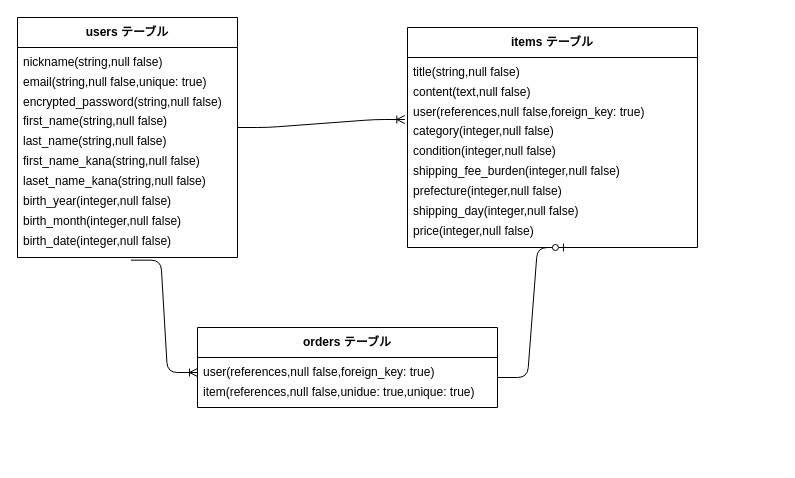
Above: db.dio in kazukingrad-jpg/furima-46707 (draw.io), before the change. Source tidied: cells renumbered, new cells numbered last; positions are measured from the earlier drawing's top-left corner, leaving out a move shared by most shapes. Both pictures are drawn from the tidied source at 100%, with x=0, y=0 at pixel (17, 17).
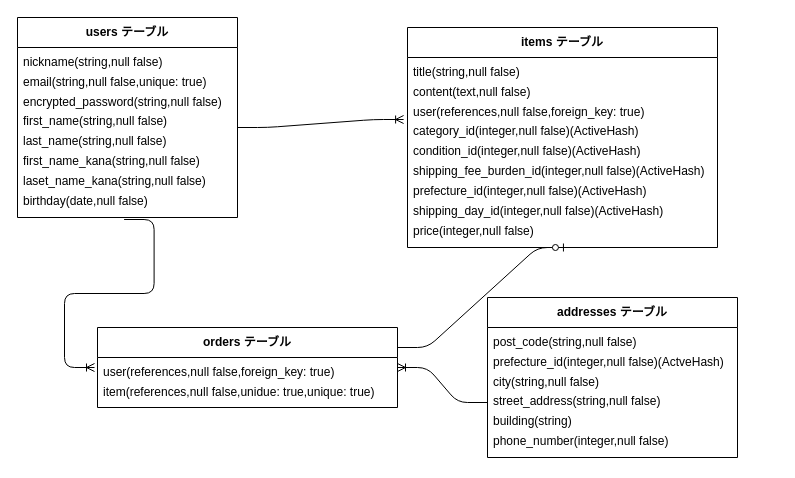
After the change.

Commit message (it also covers changes not shown here):
ER図、READMEの修正1回目

Unchanged cells that the change refers to:
```xml
<mxCell id="22" value="price(integer,null false)" style="text;strokeColor=none;fillColor=none;spacingLeft=4;spacingRight=4;overflow=hidden;points=[[0,0.5],[1,0.5]];portConstraint=eastwest;fontSize=12;whiteSpace=wrap;html=1;" parent="13" vertex="1">
  <mxGeometry y="190" width="220" height="30" as="geometry" />
</mxCell>
<mxCell id="24" value="user(references,null false,foreign_key: true)" style="text;strokeColor=none;fillColor=none;align=left;verticalAlign=middle;spacingLeft=4;spacingRight=4;overflow=hidden;points=[[0,0.5],[1,0.5]];portConstraint=eastwest;whiteSpace=wrap;html=1;" parent="23" vertex="1">
  <mxGeometry y="30" width="290" height="30" as="geometry" />
</mxCell>
```

Change to the diagram source:
```diff
@@
     <mxCell id="2" value="users テーブル" style="swimlane;whiteSpace=wrap;html=1;startSize=30;" parent="1" vertex="1">
-      <mxGeometry width="220" height="240" as="geometry" />
+      <mxGeometry width="220" height="200" as="geometry" />
     </mxCell>
@@
-    <mxCell id="10" value="birth_year(integer,null false)" style="text;strokeColor=none;fillColor=none;spacingLeft=4;spacingRight=4;overflow=hidden;points=[[0,0.5],[1,0.5]];portConstraint=eastwest;fontSize=12;whiteSpace=wrap;html=1;" parent="2" vertex="1">
+    <mxCell id="10" value="birthday(date,null false)" style="text;strokeColor=none;fillColor=none;spacingLeft=4;spacingRight=4;overflow=hidden;points=[[0,0.5],[1,0.5]];portConstraint=eastwest;fontSize=12;whiteSpace=wrap;html=1;" parent="2" vertex="1">
       <mxGeometry y="170" width="200" height="30" as="geometry" />
     </mxCell>
-    <mxCell id="11" value="birth_month(integer,null false)" style="text;strokeColor=none;fillColor=none;spacingLeft=4;spacingRight=4;overflow=hidden;fontSize=12;whiteSpace=wrap;html=1;" parent="2" vertex="1">
-      <mxGeometry y="190" width="220" height="30" as="geometry" />
-    </mxCell>
-    <mxCell id="12" value="birth_date(integer,null false)" style="text;strokeColor=none;fillColor=none;spacingLeft=4;spacingRight=4;overflow=hidden;points=[[0,0.5],[1,0.5]];portConstraint=eastwest;fontSize=12;whiteSpace=wrap;html=1;" parent="2" vertex="1">
-      <mxGeometry y="210" width="170" height="30" as="geometry" />
-    </mxCell>
     <mxCell id="13" value="items テーブル" style="swimlane;whiteSpace=wrap;html=1;startSize=30;" parent="1" vertex="1">
-      <mxGeometry x="390" y="10" width="290" height="220" as="geometry" />
+      <mxGeometry x="390" y="10" width="310" height="220" as="geometry" />
     </mxCell>
@@
-    <mxCell id="17" value="category(integer,null false)" style="text;strokeColor=none;fillColor=none;spacingLeft=4;spacingRight=4;overflow=hidden;points=[[0,0.5],[1,0.5]];portConstraint=eastwest;fontSize=12;whiteSpace=wrap;html=1;" parent="13" vertex="1">
-      <mxGeometry y="90" width="180" height="30" as="geometry" />
+    <mxCell id="17" value="category_id(integer,null false)(ActiveHash)" style="text;strokeColor=none;fillColor=none;spacingLeft=4;spacingRight=4;overflow=hidden;points=[[0,0.5],[1,0.5]];portConstraint=eastwest;fontSize=12;whiteSpace=wrap;html=1;" parent="13" vertex="1">
+      <mxGeometry y="90" width="260" height="30" as="geometry" />
     </mxCell>
-    <mxCell id="18" value="condition(integer,null false)" style="text;strokeColor=none;fillColor=none;spacingLeft=4;spacingRight=4;overflow=hidden;fontSize=12;whiteSpace=wrap;html=1;" parent="13" vertex="1">
-      <mxGeometry y="110" width="190" height="30" as="geometry" />
+    <mxCell id="18" value="condition_id(integer,null false)(ActiveHash)" style="text;strokeColor=none;fillColor=none;spacingLeft=4;spacingRight=4;overflow=hidden;fontSize=12;whiteSpace=wrap;html=1;" parent="13" vertex="1">
+      <mxGeometry y="110" width="250" height="30" as="geometry" />
     </mxCell>
-    <mxCell id="19" value="shipping_fee_burden(integer,null false)" style="text;strokeColor=none;fillColor=none;spacingLeft=4;spacingRight=4;overflow=hidden;fontSize=12;whiteSpace=wrap;html=1;" parent="13" vertex="1">
-      <mxGeometry y="130" width="250" height="30" as="geometry" />
+    <mxCell id="19" value="shipping_fee_burden_id(integer,null false)(ActiveHash)" style="text;strokeColor=none;fillColor=none;spacingLeft=4;spacingRight=4;overflow=hidden;fontSize=12;whiteSpace=wrap;html=1;" parent="13" vertex="1">
+      <mxGeometry y="130" width="330" height="30" as="geometry" />
     </mxCell>
-    <mxCell id="20" value="prefecture(integer,null false)" style="text;strokeColor=none;fillColor=none;spacingLeft=4;spacingRight=4;overflow=hidden;fontSize=12;whiteSpace=wrap;html=1;" parent="13" vertex="1">
-      <mxGeometry y="150" width="220" height="30" as="geometry" />
+    <mxCell id="20" value="prefecture_id(integer,null false)(ActiveHash)" style="text;strokeColor=none;fillColor=none;spacingLeft=4;spacingRight=4;overflow=hidden;fontSize=12;whiteSpace=wrap;html=1;" parent="13" vertex="1">
+      <mxGeometry y="150" width="260" height="30" as="geometry" />
     </mxCell>
-    <mxCell id="21" value="shipping_day(integer,null false)" style="text;strokeColor=none;fillColor=none;spacingLeft=4;spacingRight=4;overflow=hidden;fontSize=12;whiteSpace=wrap;html=1;" parent="13" vertex="1">
-      <mxGeometry y="170" width="200" height="30" as="geometry" />
+    <mxCell id="21" value="shipping_day_id(integer,null false)(ActiveHash)" style="text;strokeColor=none;fillColor=none;spacingLeft=4;spacingRight=4;overflow=hidden;fontSize=12;whiteSpace=wrap;html=1;" parent="13" vertex="1">
+      <mxGeometry y="170" width="270" height="30" as="geometry" />
     </mxCell>
@@
     <mxCell id="23" value="orders テーブル" style="swimlane;whiteSpace=wrap;html=1;startSize=30;" parent="1" vertex="1">
-      <mxGeometry x="180" y="310" width="300" height="80" as="geometry" />
+      <mxGeometry x="80" y="310" width="300" height="80" as="geometry" />
     </mxCell>
@@
-    <mxCell id="27" style="edgeStyle=entityRelationEdgeStyle;fontSize=12;html=1;endArrow=ERoneToMany;exitX=0.667;exitY=1.089;exitDx=0;exitDy=0;exitPerimeter=0;entryX=0;entryY=0.5;entryDx=0;entryDy=0;" parent="1" edge="1" source="12" target="24">
+    <mxCell id="27" style="edgeStyle=entityRelationEdgeStyle;fontSize=12;html=1;endArrow=ERoneToMany;exitX=0.533;exitY=1.067;exitDx=0;exitDy=0;exitPerimeter=0;" parent="1" edge="1" source="10">
       <mxGeometry relative="1" as="geometry">
+        <mxPoint x="77" y="350" as="targetPoint" />
         <Array as="points">
           <mxPoint x="140" y="280" />
+          <mxPoint x="70" y="240" />
+          <mxPoint x="70" y="320" />
+          <mxPoint x="70" y="279" />
+          <mxPoint x="40" y="310" />
         </Array>
       </mxGeometry>
     </mxCell>
-    <mxCell id="28" style="edgeStyle=entityRelationEdgeStyle;fontSize=12;html=1;endArrow=ERzeroToOne;endFill=1;entryX=0.727;entryY=1;entryDx=0;entryDy=0;entryPerimeter=0;" parent="1" edge="1" target="22">
+    <mxCell id="28" style="edgeStyle=entityRelationEdgeStyle;fontSize=12;html=1;endArrow=ERzeroToOne;endFill=1;entryX=0.727;entryY=1;entryDx=0;entryDy=0;entryPerimeter=0;exitX=1;exitY=0.25;exitDx=0;exitDy=0;" parent="1" edge="1" source="23" target="22">
       <mxGeometry relative="1" as="geometry">
-        <mxPoint x="480" y="360" as="sourcePoint" />
         <Array as="points">
           <mxPoint x="550" y="310" />
           <mxPoint x="550" y="310" />
         </Array>
       </mxGeometry>
     </mxCell>
+    <mxCell id="29" value="addresses テーブル" style="swimlane;whiteSpace=wrap;html=1;startSize=30;" parent="1" vertex="1">
+      <mxGeometry x="470" y="280" width="250" height="160" as="geometry" />
+    </mxCell>
+    <mxCell id="30" value="post_code(string,null false)" style="text;strokeColor=none;fillColor=none;align=left;verticalAlign=middle;spacingLeft=4;spacingRight=4;overflow=hidden;whiteSpace=wrap;html=1;" parent="29" vertex="1">
+      <mxGeometry y="30" width="290" height="30" as="geometry" />
+    </mxCell>
+    <mxCell id="31" value="prefecture_id(integer,null false)(ActveHash)" style="text;strokeColor=none;fillColor=none;align=left;verticalAlign=middle;spacingLeft=4;spacingRight=4;overflow=hidden;whiteSpace=wrap;html=1;" parent="29" vertex="1">
+      <mxGeometry y="50" width="290" height="30" as="geometry" />
+    </mxCell>
+    <mxCell id="32" value="city(string,null false)" style="text;strokeColor=none;fillColor=none;align=left;verticalAlign=middle;spacingLeft=4;spacingRight=4;overflow=hidden;whiteSpace=wrap;html=1;" parent="29" vertex="1">
+      <mxGeometry y="70" width="290" height="30" as="geometry" />
+    </mxCell>
+    <mxCell id="33" value="street_address(string,null false)" style="text;strokeColor=none;fillColor=none;spacingLeft=4;spacingRight=4;overflow=hidden;points=[[0,0.5],[1,0.5]];portConstraint=eastwest;fontSize=12;whiteSpace=wrap;html=1;" parent="29" vertex="1">
+      <mxGeometry y="90" width="210" height="30" as="geometry" />
+    </mxCell>
+    <mxCell id="34" value="building(string)" style="text;strokeColor=none;fillColor=none;spacingLeft=4;spacingRight=4;overflow=hidden;fontSize=12;whiteSpace=wrap;html=1;" parent="29" vertex="1">
+      <mxGeometry y="110" width="200" height="30" as="geometry" />
+    </mxCell>
+    <mxCell id="35" value="phone_number(integer,null false)" style="text;strokeColor=none;fillColor=none;spacingLeft=4;spacingRight=4;overflow=hidden;fontSize=12;whiteSpace=wrap;html=1;" parent="29" vertex="1">
+      <mxGeometry y="130" width="220" height="30" as="geometry" />
+    </mxCell>
+    <mxCell id="36" style="edgeStyle=entityRelationEdgeStyle;fontSize=12;html=1;endArrow=ERoneToMany;entryX=1;entryY=0.5;entryDx=0;entryDy=0;exitX=0;exitY=0.5;exitDx=0;exitDy=0;" parent="1" edge="1" source="33" target="23">
+      <mxGeometry relative="1" as="geometry">
+        <Array as="points">
+          <mxPoint x="400" y="380" />
+          <mxPoint x="410" y="370" />
+          <mxPoint x="430" y="410" />
+          <mxPoint x="450" y="380" />
+          <mxPoint x="430" y="370" />
+          <mxPoint x="430" y="380" />
+        </Array>
+      </mxGeometry>
+    </mxCell>
```
